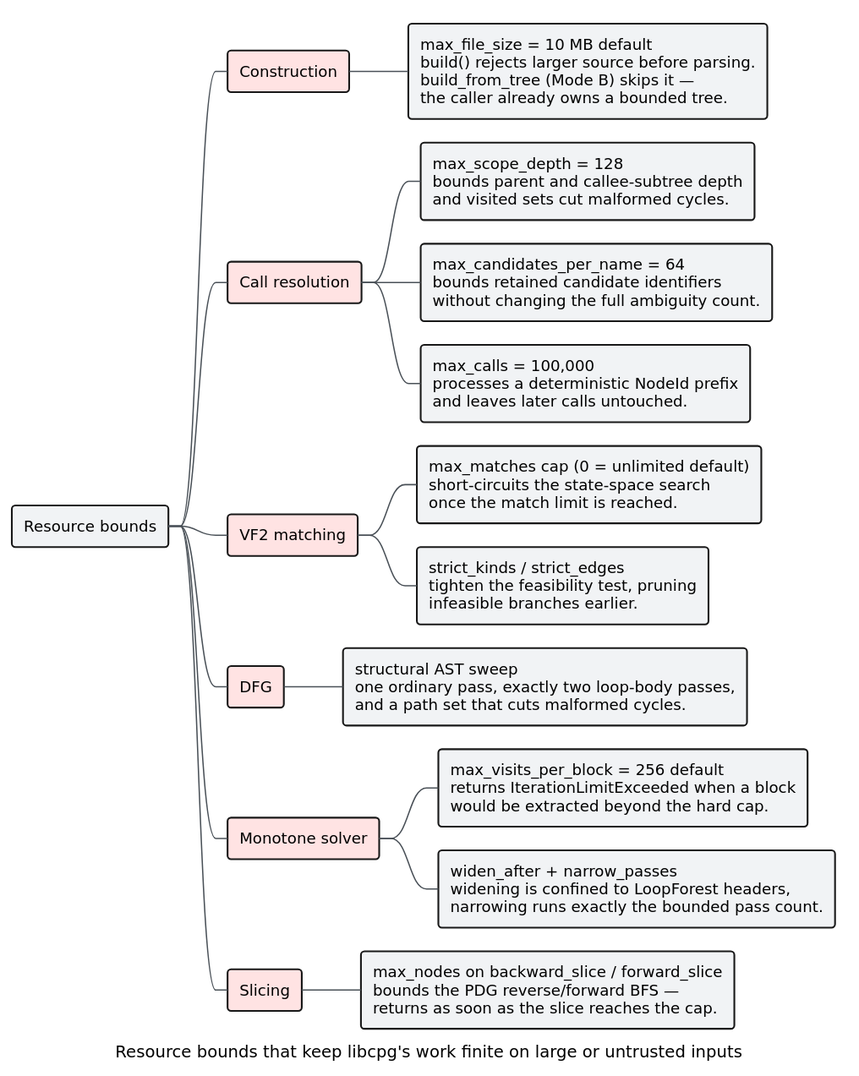
Above: docs/diagrams/resource-bounds.svg in vinary-tree/libcpg (PlantUML), before the change. Its source is kept beside it as docs/diagrams/resource-bounds.puml. The source it was exported from:
```plantuml
@startmindmap
!include _libcpg-theme.iuml
caption Resource bounds that keep libcpg's work finite on large or untrusted inputs

*[#F1F3F5] Resource bounds
**[#FFE3E3] Construction
***[#F1F3F5]:max_file_size = 10 MB default
build() rejects larger source before parsing.
build_from_tree (Mode B) skips it —
the caller already owns a bounded tree.;
**[#FFE3E3] Call resolution
***[#F1F3F5]:max_scope_depth = 128
bounds parent and callee-subtree depth
and visited sets cut malformed cycles.;
***[#F1F3F5]:max_candidates_per_name = 64
bounds retained candidate identifiers
without changing the full ambiguity count.;
***[#F1F3F5]:max_calls = 100,000
processes a deterministic NodeId prefix
and leaves later calls untouched.;
**[#FFE3E3] VF2 matching
***[#F1F3F5]:max_matches cap (0 = unlimited default)
short-circuits the state-space search
once the match limit is reached.;
***[#F1F3F5]:strict_kinds / strict_edges
tighten the feasibility test, pruning
infeasible branches earlier.;
**[#FFE3E3] DFG
***[#F1F3F5]:structural AST sweep
one ordinary pass, exactly two loop-body passes,
and a path set that cuts malformed cycles.;
**[#FFE3E3] Monotone solver
***[#F1F3F5]:max_visits_per_block = 256 default
returns IterationLimitExceeded when a block
would be extracted beyond the hard cap.;
***[#F1F3F5]:widen_after + narrow_passes
widening is confined to LoopForest headers,
narrowing runs exactly the bounded pass count.;
**[#FFE3E3] Slicing
***[#F1F3F5]:max_nodes on backward_slice / forward_slice
bounds the PDG reverse/forward BFS —
returns as soon as the slice reaches the cap.;
@endmindmap
```
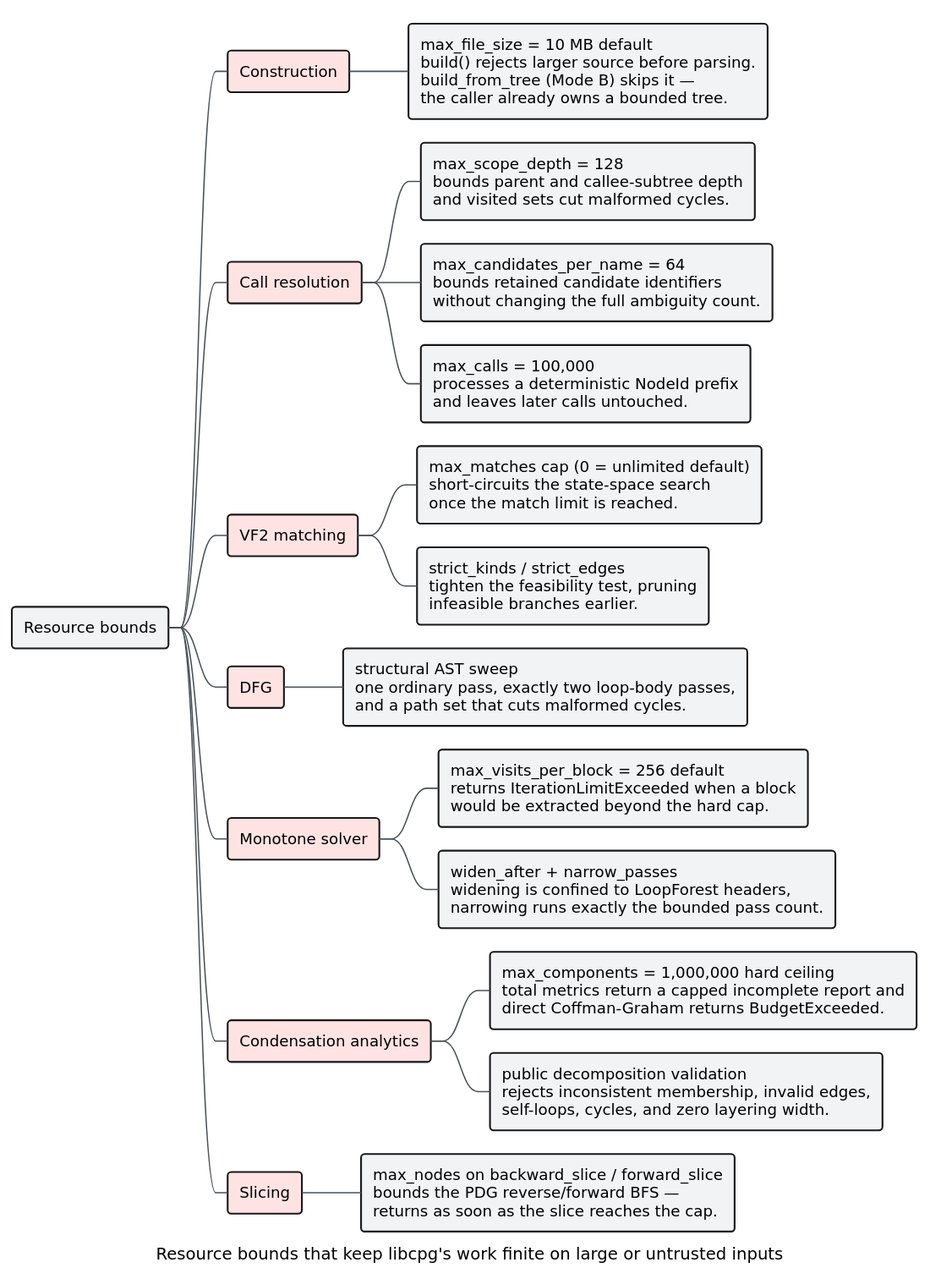
The same file after the commit.

Change to the diagram source:
```diff
@@ -36,6 +36,13 @@
 ***[#F1F3F5]:widen_after + narrow_passes
 widening is confined to LoopForest headers,
 narrowing runs exactly the bounded pass count.;
+**[#FFE3E3] Condensation analytics
+***[#F1F3F5]:max_components = 1,000,000 hard ceiling
+total metrics return a capped incomplete report and
+direct Coffman-Graham returns BudgetExceeded.;
+***[#F1F3F5]:public decomposition validation
+rejects inconsistent membership, invalid edges,
+self-loops, cycles, and zero layering width.;
 **[#FFE3E3] Slicing
 ***[#F1F3F5]:max_nodes on backward_slice / forward_slice
 bounds the PDG reverse/forward BFS —
```
